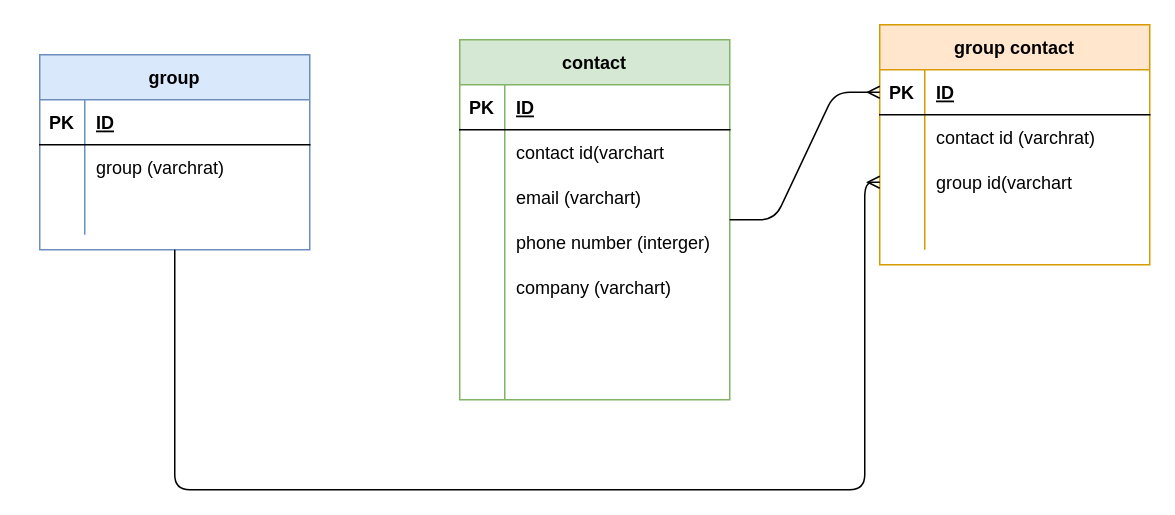
yunimarlina/yunimarlina-github keeps this draw.io diagram as Untitled Diagram.drawio. Above is the earlier version. Source tidied: cells renumbered, new cells numbered last; positions are measured from the earlier drawing's top-left corner, leaving out a move shared by most shapes. Both pictures are drawn from the tidied source at 150%, with x=0, y=0 at pixel (39, 24).
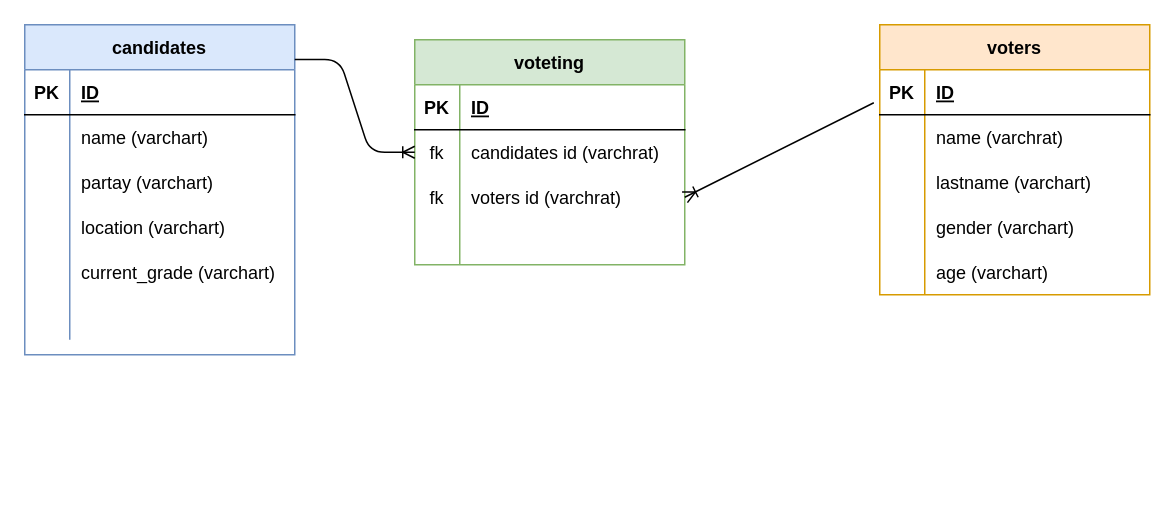
Above is the later version.

The change refers to these unchanged cells:
```xml
<mxCell id="35" style="shape=partialRectangle;fillColor=none;top=0;left=0;bottom=1;right=0;points=[[0,0.5],[1,0.5]];portConstraint=eastwest;" parent="34" vertex="1">
  <mxGeometry y="30" width="180" height="30" as="geometry" />
</mxCell>
<mxCell id="38" style="shape=partialRectangle;fillColor=none;top=0;left=0;bottom=0;right=0;" parent="34" vertex="1">
  <mxGeometry y="60" width="180" height="30" as="geometry" />
</mxCell>
<mxCell id="41" style="shape=partialRectangle;fillColor=none;top=0;left=0;bottom=0;right=0;points=[[0,0.5],[1,0.5]];portConstraint=eastwest;" parent="34" vertex="1">
  <mxGeometry y="90" width="180" height="30" as="geometry" />
</mxCell>
<mxCell id="44" style="shape=partialRectangle;fillColor=none;top=0;left=0;bottom=0;right=0;" parent="34" vertex="1">
  <mxGeometry y="120" width="180" height="30" as="geometry" />
</mxCell>
```

The edit, as a diff of the source:
```diff
@@
-    <mxCell id="2" value="contact" style="shape=table;startSize=30;childLayout=tableLayout;rowLines=0;fontStyle=1;align=center;fillColor=#d5e8d4;strokeColor=#82b366;" parent="1" vertex="1">
-      <mxGeometry x="280" y="10" width="180" height="240" as="geometry" />
-    </mxCell>
-    <mxCell id="3" style="shape=partialRectangle;fillColor=none;top=0;left=0;bottom=1;right=0;" parent="2" vertex="1">
-      <mxGeometry y="30" width="180" height="30" as="geometry" />
-    </mxCell>
-    <mxCell id="4" value="PK" style="shape=partialRectangle;fillColor=none;top=0;left=0;bottom=0;right=0;fontStyle=1;overflow=hidden;" parent="3" vertex="1">
-      <mxGeometry width="30" height="30" as="geometry" />
-    </mxCell>
-    <mxCell id="5" value="ID" style="shape=partialRectangle;fillColor=none;top=0;left=0;bottom=0;right=0;align=left;spacingLeft=6;fontStyle=5;overflow=hidden;" parent="3" vertex="1">
-      <mxGeometry x="30" width="150" height="30" as="geometry" />
-    </mxCell>
-    <mxCell id="6" style="shape=partialRectangle;fillColor=none;top=0;left=0;bottom=0;right=0;points=[[0,0.5],[1,0.5]];portConstraint=eastwest;" parent="2" vertex="1">
-      <mxGeometry y="60" width="180" height="30" as="geometry" />
-    </mxCell>
-    <mxCell id="7" style="shape=partialRectangle;fillColor=none;top=0;left=0;bottom=0;right=0;overflow=hidden;" parent="6" vertex="1">
-      <mxGeometry width="30" height="30" as="geometry" />
-    </mxCell>
-    <mxCell id="8" value="contact id(varchart" style="shape=partialRectangle;fillColor=none;top=0;left=0;bottom=0;right=0;align=left;spacingLeft=6;overflow=hidden;" parent="6" vertex="1">
-      <mxGeometry x="30" width="150" height="30" as="geometry" />
-    </mxCell>
-    <mxCell id="9" style="shape=partialRectangle;fillColor=none;top=0;left=0;bottom=0;right=0;points=[[0,0.5],[1,0.5]];portConstraint=eastwest;" parent="2" vertex="1">
-      <mxGeometry y="90" width="180" height="30" as="geometry" />
-    </mxCell>
-    <mxCell id="10" style="shape=partialRectangle;fillColor=none;top=0;left=0;bottom=0;right=0;overflow=hidden;" parent="9" vertex="1">
-      <mxGeometry width="30" height="30" as="geometry" />
-    </mxCell>
-    <mxCell id="11" value="email (varchart)" style="shape=partialRectangle;fillColor=none;top=0;left=0;bottom=0;right=0;align=left;spacingLeft=6;overflow=hidden;" parent="9" vertex="1">
-      <mxGeometry x="30" width="150" height="30" as="geometry" />
-    </mxCell>
-    <mxCell id="12" style="shape=partialRectangle;fillColor=none;top=0;left=0;bottom=0;right=0;" parent="2" vertex="1">
-      <mxGeometry y="120" width="180" height="30" as="geometry" />
-    </mxCell>
-    <mxCell id="13" style="shape=partialRectangle;fillColor=none;top=0;left=0;bottom=0;right=0;overflow=hidden;" parent="12" vertex="1">
-      <mxGeometry width="30" height="30" as="geometry" />
-    </mxCell>
-    <mxCell id="14" value="phone number (interger)" style="shape=partialRectangle;fillColor=none;top=0;left=0;bottom=0;right=0;align=left;spacingLeft=6;overflow=hidden;" parent="12" vertex="1">
-      <mxGeometry x="30" width="150" height="30" as="geometry" />
-    </mxCell>
-    <mxCell id="15" style="shape=partialRectangle;fillColor=none;top=0;left=0;bottom=0;right=0;" parent="2" vertex="1">
-      <mxGeometry y="150" width="180" height="30" as="geometry" />
-    </mxCell>
-    <mxCell id="16" style="shape=partialRectangle;fillColor=none;top=0;left=0;bottom=0;right=0;overflow=hidden;" parent="15" vertex="1">
-      <mxGeometry width="30" height="30" as="geometry" />
-    </mxCell>
-    <mxCell id="17" value="company (varchart)" style="shape=partialRectangle;fillColor=none;top=0;left=0;bottom=0;right=0;align=left;spacingLeft=6;overflow=hidden;" parent="15" vertex="1">
-      <mxGeometry x="30" width="150" height="30" as="geometry" />
-    </mxCell>
-    <mxCell id="18" style="shape=partialRectangle;fillColor=none;top=0;left=0;bottom=0;right=0;" parent="2" vertex="1">
-      <mxGeometry y="180" width="180" height="30" as="geometry" />
-    </mxCell>
-    <mxCell id="19" style="shape=partialRectangle;fillColor=none;top=0;left=0;bottom=0;right=0;overflow=hidden;" parent="18" vertex="1">
-      <mxGeometry width="30" height="30" as="geometry" />
-    </mxCell>
-    <mxCell id="20" style="shape=partialRectangle;fillColor=none;top=0;left=0;bottom=0;right=0;align=left;spacingLeft=6;overflow=hidden;" parent="18" vertex="1">
-      <mxGeometry x="30" width="150" height="30" as="geometry" />
-    </mxCell>
-    <mxCell id="21" style="shape=partialRectangle;fillColor=none;top=0;left=0;bottom=0;right=0;" parent="2" vertex="1">
-      <mxGeometry y="210" width="180" height="30" as="geometry" />
-    </mxCell>
-    <mxCell id="22" style="shape=partialRectangle;fillColor=none;top=0;left=0;bottom=0;right=0;overflow=hidden;" parent="21" vertex="1">
-      <mxGeometry width="30" height="30" as="geometry" />
-    </mxCell>
-    <mxCell id="23" style="shape=partialRectangle;fillColor=none;top=0;left=0;bottom=0;right=0;align=left;spacingLeft=6;overflow=hidden;" parent="21" vertex="1">
-      <mxGeometry x="30" width="150" height="30" as="geometry" />
-    </mxCell>
-    <mxCell id="24" value="group" style="shape=table;startSize=30;childLayout=tableLayout;rowLines=0;fontStyle=1;align=center;fillColor=#dae8fc;strokeColor=#6c8ebf;" parent="1" vertex="1">
-      <mxGeometry y="20" width="180" height="130" as="geometry" />
-    </mxCell>
-    <mxCell id="25" style="shape=partialRectangle;fillColor=none;top=0;left=0;bottom=1;right=0;" parent="24" vertex="1">
-      <mxGeometry y="30" width="180" height="30" as="geometry" />
-    </mxCell>
-    <mxCell id="26" value="PK" style="shape=partialRectangle;fillColor=none;top=0;left=0;bottom=0;right=0;fontStyle=1;overflow=hidden;" parent="25" vertex="1">
-      <mxGeometry width="30" height="30" as="geometry" />
-    </mxCell>
-    <mxCell id="27" value="ID" style="shape=partialRectangle;fillColor=none;top=0;left=0;bottom=0;right=0;align=left;spacingLeft=6;fontStyle=5;overflow=hidden;" parent="25" vertex="1">
-      <mxGeometry x="30" width="150" height="30" as="geometry" />
-    </mxCell>
-    <mxCell id="28" style="shape=partialRectangle;fillColor=none;top=0;left=0;bottom=0;right=0;" parent="24" vertex="1">
-      <mxGeometry y="60" width="180" height="30" as="geometry" />
-    </mxCell>
-    <mxCell id="29" style="shape=partialRectangle;fillColor=none;top=0;left=0;bottom=0;right=0;overflow=hidden;" parent="28" vertex="1">
-      <mxGeometry width="30" height="30" as="geometry" />
-    </mxCell>
-    <mxCell id="30" value="group (varchrat)" style="shape=partialRectangle;fillColor=none;top=0;left=0;bottom=0;right=0;align=left;spacingLeft=6;overflow=hidden;" parent="28" vertex="1">
-      <mxGeometry x="30" width="150" height="30" as="geometry" />
-    </mxCell>
-    <mxCell id="31" style="shape=partialRectangle;fillColor=none;top=0;left=0;bottom=0;right=0;" parent="24" vertex="1">
-      <mxGeometry y="90" width="180" height="30" as="geometry" />
-    </mxCell>
-    <mxCell id="32" style="shape=partialRectangle;fillColor=none;top=0;left=0;bottom=0;right=0;overflow=hidden;" parent="31" vertex="1">
-      <mxGeometry width="30" height="30" as="geometry" />
-    </mxCell>
-    <mxCell id="33" style="shape=partialRectangle;fillColor=none;top=0;left=0;bottom=0;right=0;align=left;spacingLeft=6;overflow=hidden;" parent="31" vertex="1">
-      <mxGeometry x="30" width="150" height="30" as="geometry" />
-    </mxCell>
-    <mxCell id="34" value="group contact" style="shape=table;startSize=30;childLayout=tableLayout;rowLines=0;fontStyle=1;align=center;fillColor=#ffe6cc;strokeColor=#d79b00;" parent="1" vertex="1">
-      <mxGeometry x="560" width="180" height="160" as="geometry" />
+    <mxCell id="34" value="voters" style="shape=table;startSize=30;childLayout=tableLayout;rowLines=0;fontStyle=1;align=center;fillColor=#ffe6cc;strokeColor=#d79b00;" parent="1" vertex="1">
+      <mxGeometry x="560" width="180" height="180" as="geometry" />
     </mxCell>
@@
-    <mxCell id="40" value="contact id (varchrat)" style="shape=partialRectangle;fillColor=none;top=0;left=0;bottom=0;right=0;align=left;spacingLeft=6;overflow=hidden;" parent="38" vertex="1">
+    <mxCell id="40" value="name (varchrat)" style="shape=partialRectangle;fillColor=none;top=0;left=0;bottom=0;right=0;align=left;spacingLeft=6;overflow=hidden;" parent="38" vertex="1">
       <mxGeometry x="30" width="150" height="30" as="geometry" />
     </mxCell>
@@
-    <mxCell id="43" value="group id(varchart" style="shape=partialRectangle;fillColor=none;top=0;left=0;bottom=0;right=0;align=left;spacingLeft=6;overflow=hidden;" parent="41" vertex="1">
+    <mxCell id="43" value="lastname (varchart)" style="shape=partialRectangle;fillColor=none;top=0;left=0;bottom=0;right=0;align=left;spacingLeft=6;overflow=hidden;" parent="41" vertex="1">
       <mxGeometry x="30" width="150" height="30" as="geometry" />
     </mxCell>
@@
-    <mxCell id="46" style="shape=partialRectangle;fillColor=none;top=0;left=0;bottom=0;right=0;align=left;spacingLeft=6;overflow=hidden;" parent="44" vertex="1">
+    <mxCell id="46" value="gender (varchart)" style="shape=partialRectangle;fillColor=none;top=0;left=0;bottom=0;right=0;align=left;spacingLeft=6;overflow=hidden;" parent="44" vertex="1">
       <mxGeometry x="30" width="150" height="30" as="geometry" />
     </mxCell>
-    <mxCell id="47" style="edgeStyle=entityRelationEdgeStyle;fontSize=12;html=1;endArrow=ERmany;entryX=0;entryY=0.5;entryDx=0;entryDy=0;" parent="1" edge="1" source="2" target="35">
-      <mxGeometry relative="1" as="geometry" />
-    </mxCell>
-    <mxCell id="48" style="edgeStyle=orthogonalEdgeStyle;fontSize=12;html=1;endArrow=ERmany;entryX=0;entryY=0.5;entryDx=0;entryDy=0;" parent="1" edge="1" target="41">
-      <mxGeometry relative="1" as="geometry">
-        <mxPoint x="90" y="150" as="sourcePoint" />
-        <Array as="points">
-          <mxPoint x="90" y="310" />
-          <mxPoint x="550" y="310" />
-          <mxPoint x="550" y="105" />
-        </Array>
-      </mxGeometry>
-    </mxCell>
+    <mxCell id="49" style="shape=partialRectangle;fillColor=none;top=0;left=0;bottom=0;right=0;" parent="34" vertex="1">
+      <mxGeometry y="150" width="180" height="30" as="geometry" />
+    </mxCell>
+    <mxCell id="50" style="shape=partialRectangle;fillColor=none;top=0;left=0;bottom=0;right=0;overflow=hidden;" parent="49" vertex="1">
+      <mxGeometry width="30" height="30" as="geometry" />
+    </mxCell>
+    <mxCell id="51" value="age (varchart)" style="shape=partialRectangle;fillColor=none;top=0;left=0;bottom=0;right=0;align=left;spacingLeft=6;overflow=hidden;" parent="49" vertex="1">
+      <mxGeometry x="30" width="150" height="30" as="geometry" />
+    </mxCell>
+    <mxCell id="24" value="candidates" style="shape=table;startSize=30;childLayout=tableLayout;rowLines=0;fontStyle=1;align=center;fillColor=#dae8fc;strokeColor=#6c8ebf;" parent="1" vertex="1">
+      <mxGeometry x="-10" width="180" height="220" as="geometry" />
+    </mxCell>
+    <mxCell id="25" style="shape=partialRectangle;fillColor=none;top=0;left=0;bottom=1;right=0;" parent="24" vertex="1">
+      <mxGeometry y="30" width="180" height="30" as="geometry" />
+    </mxCell>
+    <mxCell id="26" value="PK" style="shape=partialRectangle;fillColor=none;top=0;left=0;bottom=0;right=0;fontStyle=1;overflow=hidden;" parent="25" vertex="1">
+      <mxGeometry width="30" height="30" as="geometry" />
+    </mxCell>
+    <mxCell id="27" value="ID" style="shape=partialRectangle;fillColor=none;top=0;left=0;bottom=0;right=0;align=left;spacingLeft=6;fontStyle=5;overflow=hidden;" parent="25" vertex="1">
+      <mxGeometry x="30" width="150" height="30" as="geometry" />
+    </mxCell>
+    <mxCell id="28" style="shape=partialRectangle;fillColor=none;top=0;left=0;bottom=0;right=0;" parent="24" vertex="1">
+      <mxGeometry y="60" width="180" height="30" as="geometry" />
+    </mxCell>
+    <mxCell id="29" style="shape=partialRectangle;fillColor=none;top=0;left=0;bottom=0;right=0;overflow=hidden;" parent="28" vertex="1">
+      <mxGeometry width="30" height="30" as="geometry" />
+    </mxCell>
+    <mxCell id="30" value="name (varchart)" style="shape=partialRectangle;fillColor=none;top=0;left=0;bottom=0;right=0;align=left;spacingLeft=6;overflow=hidden;" parent="28" vertex="1">
+      <mxGeometry x="30" width="150" height="30" as="geometry" />
+    </mxCell>
+    <mxCell id="31" style="shape=partialRectangle;fillColor=none;top=0;left=0;bottom=0;right=0;" parent="24" vertex="1">
+      <mxGeometry y="90" width="180" height="30" as="geometry" />
+    </mxCell>
+    <mxCell id="32" style="shape=partialRectangle;fillColor=none;top=0;left=0;bottom=0;right=0;overflow=hidden;" parent="31" vertex="1">
+      <mxGeometry width="30" height="30" as="geometry" />
+    </mxCell>
+    <mxCell id="33" value="partay (varchart)" style="shape=partialRectangle;fillColor=none;top=0;left=0;bottom=0;right=0;align=left;spacingLeft=6;overflow=hidden;" parent="31" vertex="1">
+      <mxGeometry x="30" width="150" height="30" as="geometry" />
+    </mxCell>
+    <mxCell id="52" style="shape=partialRectangle;fillColor=none;top=0;left=0;bottom=0;right=0;" parent="24" vertex="1">
+      <mxGeometry y="120" width="180" height="30" as="geometry" />
+    </mxCell>
+    <mxCell id="53" style="shape=partialRectangle;fillColor=none;top=0;left=0;bottom=0;right=0;overflow=hidden;" parent="52" vertex="1">
+      <mxGeometry width="30" height="30" as="geometry" />
+    </mxCell>
+    <mxCell id="54" value="location (varchart)" style="shape=partialRectangle;fillColor=none;top=0;left=0;bottom=0;right=0;align=left;spacingLeft=6;overflow=hidden;" parent="52" vertex="1">
+      <mxGeometry x="30" width="150" height="30" as="geometry" />
+    </mxCell>
+    <mxCell id="55" style="shape=partialRectangle;fillColor=none;top=0;left=0;bottom=0;right=0;" parent="24" vertex="1">
+      <mxGeometry y="150" width="180" height="30" as="geometry" />
+    </mxCell>
+    <mxCell id="56" style="shape=partialRectangle;fillColor=none;top=0;left=0;bottom=0;right=0;overflow=hidden;" parent="55" vertex="1">
+      <mxGeometry width="30" height="30" as="geometry" />
+    </mxCell>
+    <mxCell id="57" value="current_grade (varchart)" style="shape=partialRectangle;fillColor=none;top=0;left=0;bottom=0;right=0;align=left;spacingLeft=6;overflow=hidden;" parent="55" vertex="1">
+      <mxGeometry x="30" width="150" height="30" as="geometry" />
+    </mxCell>
+    <mxCell id="18" style="shape=partialRectangle;fillColor=none;top=0;left=0;bottom=0;right=0;" parent="24" vertex="1">
+      <mxGeometry y="180" width="180" height="30" as="geometry" />
+    </mxCell>
+    <mxCell id="58" style="shape=partialRectangle;fillColor=none;top=0;left=0;bottom=0;right=0;overflow=hidden;" parent="18" vertex="1">
+      <mxGeometry width="30" height="30" as="geometry" />
+    </mxCell>
+    <mxCell id="59" style="shape=partialRectangle;fillColor=none;top=0;left=0;bottom=0;right=0;align=left;spacingLeft=6;overflow=hidden;" parent="18" vertex="1">
+      <mxGeometry x="30" width="150" height="30" as="geometry" />
+    </mxCell>
+    <mxCell id="60" value="voteting" style="shape=table;startSize=30;childLayout=tableLayout;rowLines=0;fontStyle=1;align=center;fillColor=#d5e8d4;strokeColor=#82b366;" parent="1" vertex="1">
+      <mxGeometry x="250" y="10" width="180" height="150" as="geometry" />
+    </mxCell>
+    <mxCell id="3" style="shape=partialRectangle;fillColor=none;top=0;left=0;bottom=1;right=0;" parent="60" vertex="1">
+      <mxGeometry y="30" width="180" height="30" as="geometry" />
+    </mxCell>
+    <mxCell id="4" value="PK" style="shape=partialRectangle;fillColor=none;top=0;left=0;bottom=0;right=0;fontStyle=1;overflow=hidden;" parent="3" vertex="1">
+      <mxGeometry width="30" height="30" as="geometry" />
+    </mxCell>
+    <mxCell id="5" value="ID" style="shape=partialRectangle;fillColor=none;top=0;left=0;bottom=0;right=0;align=left;spacingLeft=6;fontStyle=5;overflow=hidden;" parent="3" vertex="1">
+      <mxGeometry x="30" width="150" height="30" as="geometry" />
+    </mxCell>
+    <mxCell id="6" style="shape=partialRectangle;fillColor=none;top=0;left=0;bottom=0;right=0;points=[[0,0.5],[1,0.5]];portConstraint=eastwest;" parent="60" vertex="1">
+      <mxGeometry y="60" width="180" height="30" as="geometry" />
+    </mxCell>
+    <mxCell id="61" value="fk" style="shape=partialRectangle;fillColor=none;top=0;left=0;bottom=0;right=0;overflow=hidden;" parent="6" vertex="1">
+      <mxGeometry width="30" height="30" as="geometry" />
+    </mxCell>
+    <mxCell id="62" value="candidates id (varchrat)" style="shape=partialRectangle;fillColor=none;top=0;left=0;bottom=0;right=0;align=left;spacingLeft=6;overflow=hidden;" parent="6" vertex="1">
+      <mxGeometry x="30" width="150" height="30" as="geometry" />
+    </mxCell>
+    <mxCell id="9" style="shape=partialRectangle;fillColor=none;top=0;left=0;bottom=0;right=0;points=[[0,0.5],[1,0.5]];portConstraint=eastwest;" parent="60" vertex="1">
+      <mxGeometry y="90" width="180" height="30" as="geometry" />
+    </mxCell>
+    <mxCell id="63" value="fk" style="shape=partialRectangle;fillColor=none;top=0;left=0;bottom=0;right=0;overflow=hidden;" parent="9" vertex="1">
+      <mxGeometry width="30" height="30" as="geometry" />
+    </mxCell>
+    <mxCell id="64" value="voters id (varchrat)" style="shape=partialRectangle;fillColor=none;top=0;left=0;bottom=0;right=0;align=left;spacingLeft=6;overflow=hidden;" parent="9" vertex="1">
+      <mxGeometry x="30" width="150" height="30" as="geometry" />
+    </mxCell>
+    <mxCell id="65" style="shape=partialRectangle;fillColor=none;top=0;left=0;bottom=0;right=0;" parent="60" vertex="1">
+      <mxGeometry y="120" width="180" height="30" as="geometry" />
+    </mxCell>
+    <mxCell id="66" style="shape=partialRectangle;fillColor=none;top=0;left=0;bottom=0;right=0;overflow=hidden;" parent="65" vertex="1">
+      <mxGeometry width="30" height="30" as="geometry" />
+    </mxCell>
+    <mxCell id="67" style="shape=partialRectangle;fillColor=none;top=0;left=0;bottom=0;right=0;align=left;spacingLeft=6;overflow=hidden;" parent="65" vertex="1">
+      <mxGeometry x="30" width="150" height="30" as="geometry" />
+    </mxCell>
+    <mxCell id="68" style="edgeStyle=entityRelationEdgeStyle;fontSize=12;html=1;endArrow=ERoneToMany;entryX=0;entryY=0.5;entryDx=0;entryDy=0;exitX=1;exitY=0.105;exitDx=0;exitDy=0;exitPerimeter=0;" parent="1" edge="1" source="24" target="6">
+      <mxGeometry relative="1" as="geometry" />
+    </mxCell>
+    <mxCell id="69" style="fontSize=12;html=1;endArrow=ERoneToMany;entryX=1;entryY=0.5;entryDx=0;entryDy=0;exitX=-0.022;exitY=0.733;exitDx=0;exitDy=0;exitPerimeter=0;" parent="1" edge="1" source="35" target="9">
+      <mxGeometry relative="1" as="geometry" />
+    </mxCell>
```
